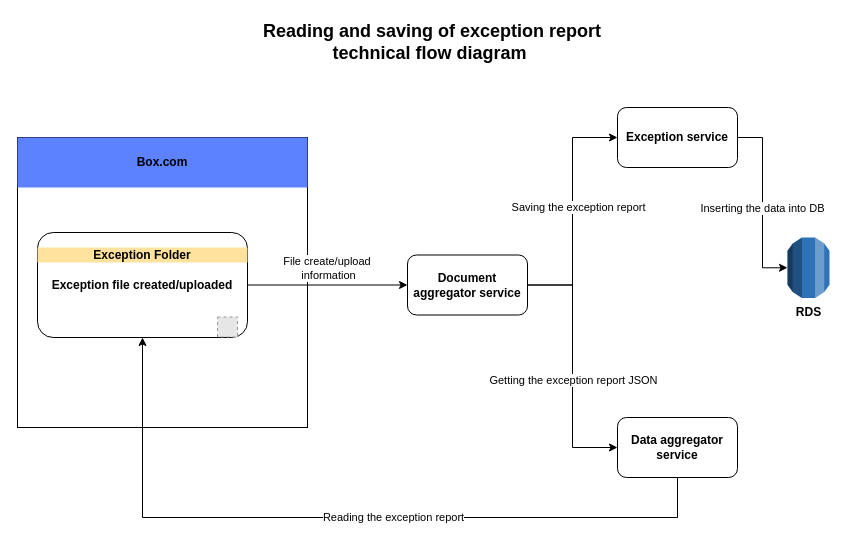
Earlier version of the draw.io diagram Untitled Diagram.drawio (MohammedFazuluddin/test). Source tidied: cells renumbered, new cells numbered last; positions are measured from the earlier drawing's top-left corner, leaving out a move shared by most shapes. Both pictures are drawn from the tidied source at 100%, with x=0, y=0 at pixel (17, 17). Pictures stored in the file or linked from it are replaced by grey dashed boxes.
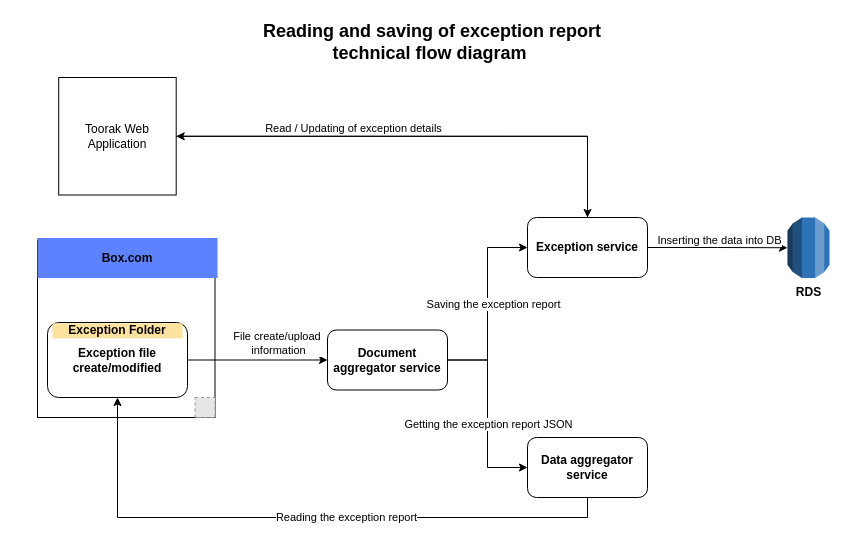
After the change.

Commit message:
Exception Flow Diagram.drawio

Unchanged cells that the change refers to:
```xml
<mxCell id="9" style="edgeStyle=orthogonalEdgeStyle;rounded=0;jettySize=auto;html=1;entryX=0;entryY=0.5;entryDx=0;entryDy=0;entryPerimeter=0;" parent="1" edge="1" source="11" target="15">
  <mxGeometry relative="1" as="geometry" />
</mxCell>
<mxCell id="19" style="endArrow=classic;html=1;exitX=1;exitY=0.5;exitDx=0;exitDy=0;entryX=0;entryY=0.5;entryDx=0;entryDy=0;" parent="1" edge="1" source="3" target="8">
  <mxGeometry relative="1" as="geometry" />
</mxCell>
```

Diff of the diagram source:
```diff
@@
     <mxCell id="2" value="&lt;br&gt;&lt;br&gt;&lt;br&gt;&lt;br&gt;&lt;br&gt;" style="whiteSpace=wrap;html=1;" parent="1" vertex="1">
-      <mxGeometry y="120" width="290" height="290" as="geometry" />
+      <mxGeometry x="20" y="222.5" width="177.5" height="177.5" as="geometry" />
     </mxCell>
-    <mxCell id="3" value="&lt;b&gt;Exception file created/uploaded&lt;/b&gt;" style="rounded=1;whiteSpace=wrap;html=1;" parent="1" vertex="1">
-      <mxGeometry x="20" y="215" width="210" height="105" as="geometry" />
+    <mxCell id="3" value="&lt;b&gt;Exception file create/modified&lt;/b&gt;" style="rounded=1;whiteSpace=wrap;html=1;" parent="1" vertex="1">
+      <mxGeometry x="30" y="305" width="140" height="75" as="geometry" />
     </mxCell>
@@
     <mxCell id="8" value="Document aggregator service" style="rounded=1;whiteSpace=wrap;html=1;fontStyle=1;" parent="1" vertex="1">
-      <mxGeometry x="390" y="237.5" width="120" height="60" as="geometry" />
+      <mxGeometry x="310" y="312.5" width="120" height="60" as="geometry" />
     </mxCell>
@@
     <mxCell id="10" value="Inserting the data into DB" style="edgeLabel;html=1;align=center;verticalAlign=middle;" parent="9" vertex="1">
       <mxGeometry x="-0.22" y="-1" relative="1" as="geometry">
-        <mxPoint y="25" as="offset" />
+        <mxPoint x="16" y="-8.5" as="offset" />
       </mxGeometry>
     </mxCell>
+    <mxCell id="22" style="edgeStyle=orthogonalEdgeStyle;rounded=0;jettySize=auto;html=1;entryX=1;entryY=0.5;entryDx=0;entryDy=0;" parent="1" edge="1" target="25">
+      <mxGeometry relative="1" as="geometry">
+        <mxPoint x="570" y="200" as="sourcePoint" />
+        <Array as="points">
+          <mxPoint x="570" y="119" />
+        </Array>
+      </mxGeometry>
+    </mxCell>
     <mxCell id="11" value="Exception service" style="rounded=1;whiteSpace=wrap;html=1;fontStyle=1;" parent="1" vertex="1">
-      <mxGeometry x="600" y="90" width="120" height="60" as="geometry" />
+      <mxGeometry x="510" y="200" width="120" height="60" as="geometry" />
     </mxCell>
     <mxCell id="12" style="edgeStyle=orthogonalEdgeStyle;rounded=0;jettySize=auto;html=1;entryX=0.5;entryY=1;entryDx=0;entryDy=0;exitX=0.5;exitY=1;exitDx=0;exitDy=0;" parent="1" edge="1" source="14" target="3">
       <mxGeometry relative="1" as="geometry">
         <Array as="points">
-          <mxPoint x="660" y="500" />
-          <mxPoint x="125" y="500" />
+          <mxPoint x="570" y="500" />
+          <mxPoint x="100" y="500" />
         </Array>
       </mxGeometry>
     </mxCell>
@@
     <mxCell id="14" value="Data aggregator service" style="rounded=1;whiteSpace=wrap;html=1;fontStyle=1;" parent="1" vertex="1">
-      <mxGeometry x="600" y="400" width="120" height="60" as="geometry" />
+      <mxGeometry x="510" y="420" width="120" height="60" as="geometry" />
     </mxCell>
     <mxCell id="15" value="RDS" style="outlineConnect=0;dashed=0;verticalLabelPosition=bottom;verticalAlign=top;align=center;html=1;shape=mxgraph.aws3.rds;fillColor=#2E73B8;gradientColor=none;fontStyle=1;" parent="1" vertex="1">
-      <mxGeometry x="770" y="220" width="42" height="60.5" as="geometry" />
+      <mxGeometry x="770" y="200" width="42" height="60.5" as="geometry" />
     </mxCell>
     <mxCell id="16" style="fillColor=#E6E6E6;strokeColor=#999999;dashed=1;html=1;verticalAlign=top;verticalLabelPosition=bottom;labelBackgroundColor=#ffffff;" parent="1" vertex="1">
-      <mxGeometry x="200" y="299.5" width="20" height="20" as="geometry" />
+      <mxGeometry x="177.5" y="380" width="20" height="20" as="geometry" />
     </mxCell>
     <mxCell id="17" value="Exception Folder" style="text;html=1;strokeColor=none;fillColor=#FFE29E;align=center;verticalAlign=middle;whiteSpace=wrap;rounded=0;fontStyle=1;" parent="1" vertex="1">
-      <mxGeometry x="20" y="230" width="210" height="15" as="geometry" />
+      <mxGeometry x="35" y="305.8" width="130" height="15" as="geometry" />
     </mxCell>
     <mxCell id="18" value="Box.com" style="text;html=1;strokeColor=none;fillColor=#5C82FF;align=center;verticalAlign=middle;whiteSpace=wrap;rounded=0;fontStyle=1;" parent="1" vertex="1">
-      <mxGeometry y="120" width="290" height="50" as="geometry" />
+      <mxGeometry x="20" y="220.5" width="180" height="40" as="geometry" />
     </mxCell>
@@
     <mxCell id="20" value="File create/upload&amp;nbsp;&lt;br&gt;information" style="edgeLabel;html=1;align=center;verticalAlign=middle;" parent="19" vertex="1">
       <mxGeometry x="-0.39" y="-1" relative="1" as="geometry">
-        <mxPoint x="31" y="-18.5" as="offset" />
+        <mxPoint x="47" y="-17.7" as="offset" />
       </mxGeometry>
     </mxCell>
@@
+    <mxCell id="23" style="edgeStyle=orthogonalEdgeStyle;rounded=0;jettySize=auto;html=1;entryX=0.5;entryY=0;entryDx=0;entryDy=0;" parent="1" edge="1" source="25" target="11">
+      <mxGeometry relative="1" as="geometry" />
+    </mxCell>
+    <mxCell id="24" value="Read / Updating of exception details" style="edgeLabel;html=1;align=center;verticalAlign=middle;" parent="23" vertex="1">
+      <mxGeometry x="-0.34" y="-2" relative="1" as="geometry">
+        <mxPoint x="13.5" y="-10.8" as="offset" />
+      </mxGeometry>
+    </mxCell>
+    <mxCell id="25" value="Toorak Web Application" style="whiteSpace=wrap;html=1;" parent="1" vertex="1">
+      <mxGeometry x="41.2" y="60" width="117.5" height="117.5" as="geometry" />
+    </mxCell>
```
